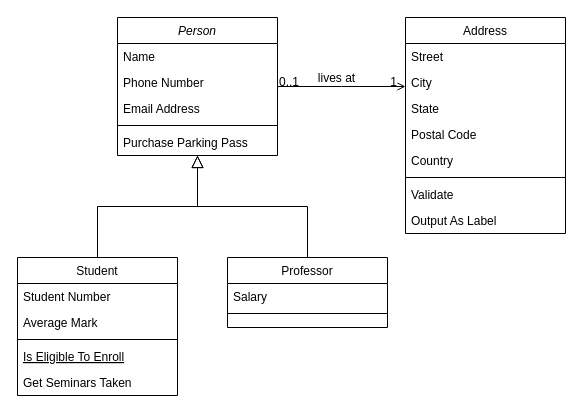
The draw.io diagram 제목 없는 다이어그램.drawio in kimnu-yang/voc-manage-api, before the edit. Source tidied: cells renumbered, new cells numbered last; positions are measured from the earlier drawing's top-left corner, leaving out a move shared by most shapes. Both pictures are drawn from the tidied source at 100%, with x=0, y=0 at pixel (17, 17).
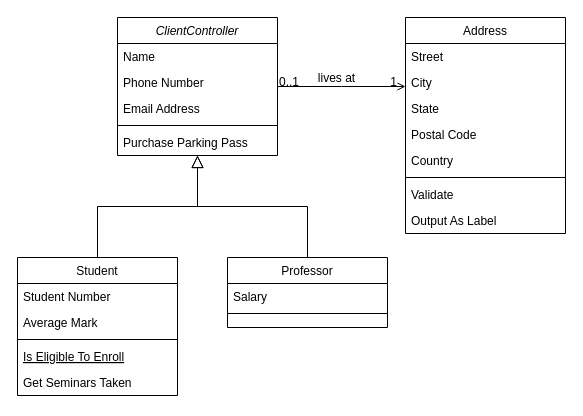
The same page after the edit.

Commit message:
제목 없는 다이어그램.drawio 업데이트

Diff of the diagram source:
```diff
@@
-    <mxCell id="2" value="Person" style="swimlane;fontStyle=2;align=center;verticalAlign=top;horizontal=1;startSize=26;rounded=0;shadow=0;strokeWidth=1;" parent="1" vertex="1">
+    <mxCell id="2" value="ClientController" style="swimlane;fontStyle=2;align=center;verticalAlign=top;horizontal=1;startSize=26;rounded=0;shadow=0;strokeWidth=1;" parent="1" vertex="1">
       <mxGeometry x="100" width="160" height="138" as="geometry" />
     </mxCell>
```
